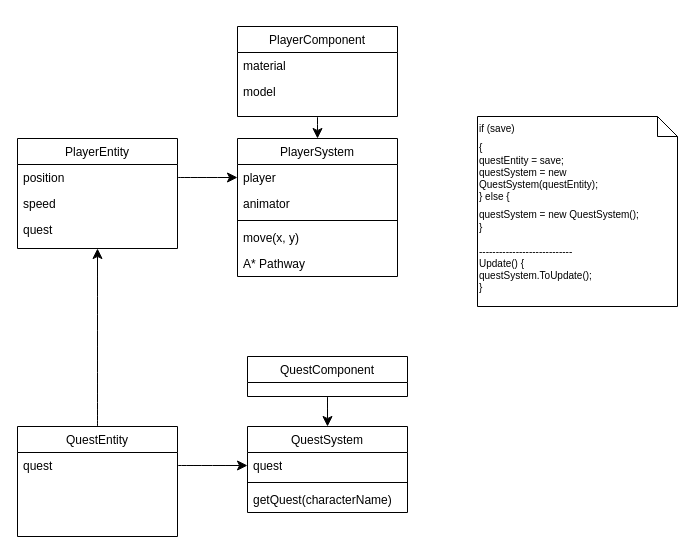
Before: Game.drawio in kevinturpin97/urbanrunner, a draw.io diagram. Source tidied: cells renumbered, new cells numbered last; positions are measured from the earlier drawing's top-left corner, leaving out a move shared by most shapes. Both pictures are drawn from the tidied source at 100%, with x=0, y=0 at pixel (17, 26).
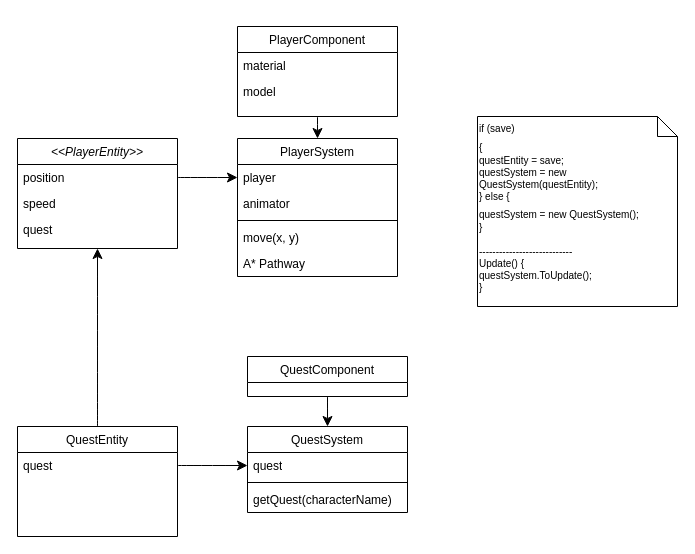
The same page after the edit.

Commit message:
Mettre à jour Game.drawio

The edit, as a diff of the source:
```diff
@@
-    <mxCell id="2" value="PlayerEntity" style="swimlane;fontStyle=0;align=center;verticalAlign=top;horizontal=1;startSize=26;rounded=0;shadow=0;strokeWidth=1;" parent="1" vertex="1">
+    <mxCell id="2" value="&lt;&lt;PlayerEntity&gt;&gt;" style="swimlane;fontStyle=2;align=center;verticalAlign=top;horizontal=1;startSize=26;rounded=0;shadow=0;strokeWidth=1;" parent="1" vertex="1">
       <mxGeometry y="112" width="160" height="110" as="geometry" />
     </mxCell>
```
